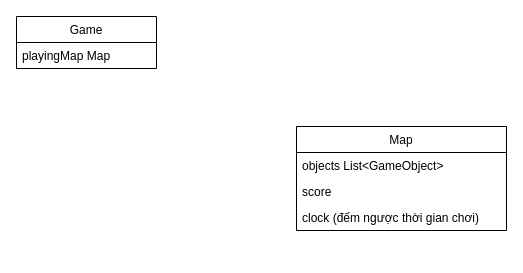
Above: src/main/java/uet/gryffindor/scenes/game uml.drawio in hoang1007/bomberman (draw.io), before the change. Source tidied: cells renumbered, new cells numbered last; positions are measured from the earlier drawing's top-left corner, leaving out a move shared by most shapes. Both pictures are drawn from the tidied source at 100%, with x=0, y=0 at pixel (16, 16).
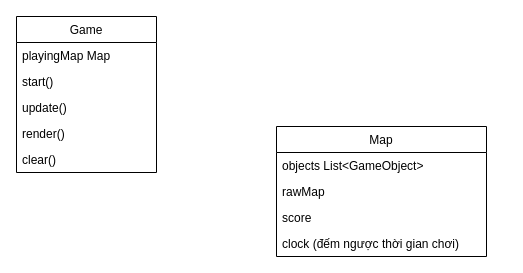
The same page after the edit.

Commit message (it also covers changes not shown here):
cập nhật diagram

What changed in the source:
```diff
@@
 <mxGraphModel>
   <root>
     <mxCell id="0" />
     <mxCell id="1" parent="0" />
     <mxCell id="2" value="Game" style="swimlane;fontStyle=0;horizontal=1;startSize=26;" parent="1" vertex="1">
-      <mxGeometry width="140" height="52" as="geometry" />
+      <mxGeometry width="140" height="156" as="geometry" />
     </mxCell>
     <mxCell id="3" value="playingMap Map" style="text;strokeColor=none;fillColor=none;align=left;verticalAlign=top;spacingLeft=4;spacingRight=4;overflow=hidden;" parent="2" vertex="1">
       <mxGeometry y="26" width="140" height="26" as="geometry" />
     </mxCell>
+    <mxCell id="8" value="start()" style="text;strokeColor=none;fillColor=none;align=left;verticalAlign=top;spacingLeft=4;spacingRight=4;overflow=hidden;" parent="2" vertex="1">
+      <mxGeometry y="52" width="140" height="26" as="geometry" />
+    </mxCell>
+    <mxCell id="9" value="update()" style="text;strokeColor=none;fillColor=none;align=left;verticalAlign=top;spacingLeft=4;spacingRight=4;overflow=hidden;" parent="2" vertex="1">
+      <mxGeometry y="78" width="140" height="26" as="geometry" />
+    </mxCell>
+    <mxCell id="10" value="render()" style="text;strokeColor=none;fillColor=none;align=left;verticalAlign=top;spacingLeft=4;spacingRight=4;overflow=hidden;" parent="2" vertex="1">
+      <mxGeometry y="104" width="140" height="26" as="geometry" />
+    </mxCell>
+    <mxCell id="11" value="clear()" style="text;strokeColor=none;fillColor=none;align=left;verticalAlign=top;spacingLeft=4;spacingRight=4;overflow=hidden;" parent="2" vertex="1">
+      <mxGeometry y="130" width="140" height="26" as="geometry" />
+    </mxCell>
     <mxCell id="4" value="Map" style="swimlane;fontStyle=0;horizontal=1;startSize=26;" parent="1" vertex="1">
-      <mxGeometry x="280" y="110" width="210" height="104" as="geometry" />
+      <mxGeometry x="260" y="110" width="210" height="130" as="geometry" />
     </mxCell>
     <mxCell id="5" value="objects List&lt;GameObject&gt;" style="text;strokeColor=none;fillColor=none;align=left;verticalAlign=top;spacingLeft=4;spacingRight=4;overflow=hidden;" parent="4" vertex="1">
       <mxGeometry y="26" width="210" height="26" as="geometry" />
     </mxCell>
+    <mxCell id="12" value="rawMap" style="text;strokeColor=none;fillColor=none;align=left;verticalAlign=top;spacingLeft=4;spacingRight=4;overflow=hidden;" parent="4" vertex="1">
+      <mxGeometry y="52" width="210" height="26" as="geometry" />
+    </mxCell>
     <mxCell id="6" value="score" style="text;strokeColor=none;fillColor=none;align=left;verticalAlign=top;spacingLeft=4;spacingRight=4;overflow=hidden;" parent="4" vertex="1">
-      <mxGeometry y="52" width="210" height="26" as="geometry" />
+      <mxGeometry y="78" width="210" height="26" as="geometry" />
     </mxCell>
     <mxCell id="7" value="clock (đếm ngược thời gian chơi)" style="text;strokeColor=none;fillColor=none;align=left;verticalAlign=top;spacingLeft=4;spacingRight=4;overflow=hidden;" parent="4" vertex="1">
-      <mxGeometry y="78" width="210" height="26" as="geometry" />
+      <mxGeometry y="104" width="210" height="26" as="geometry" />
     </mxCell>
   </root>
 </mxGraphModel>
```
